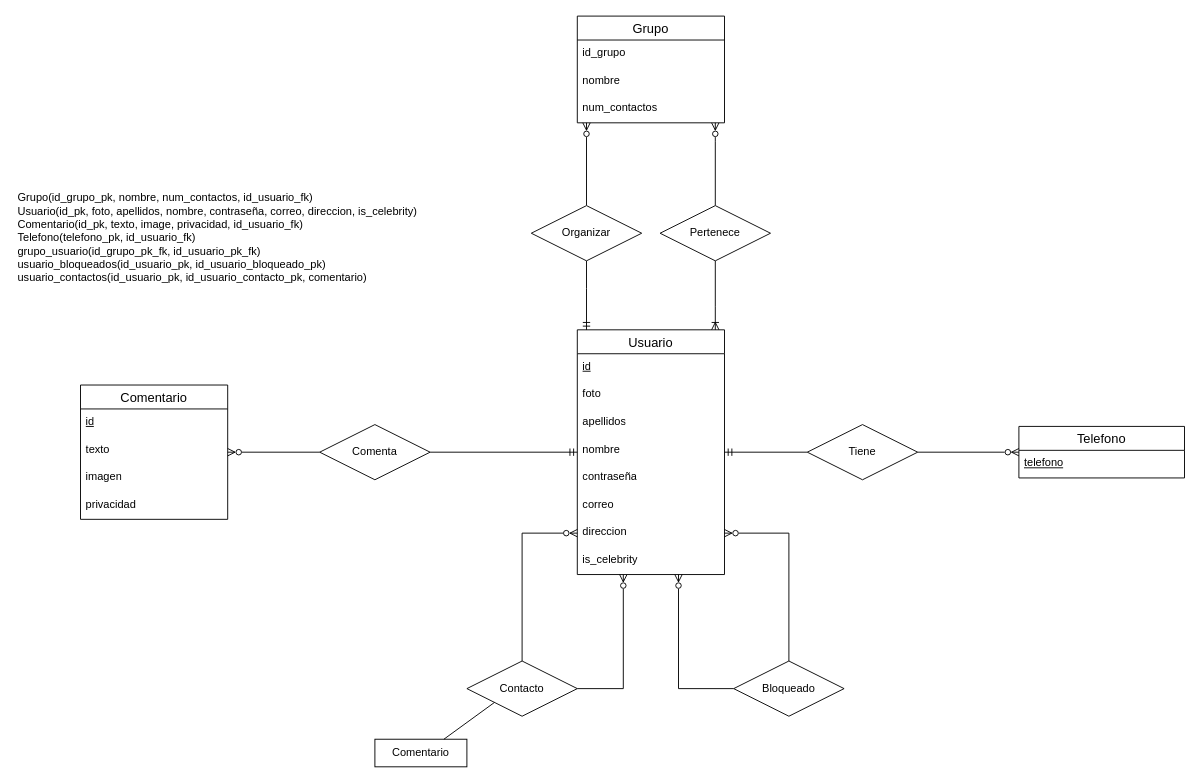
This is TA12Ej14.drawio from AlejandroCara/acr-tsys-modeloER-drawio-1110, a draw.io file, before an edit. Source tidied: cells renumbered, new cells numbered last; positions are measured from the earlier drawing's top-left corner, leaving out a move shared by most shapes. Both pictures are drawn from the tidied source at 92%, with x=0, y=0 at pixel (16, 16).
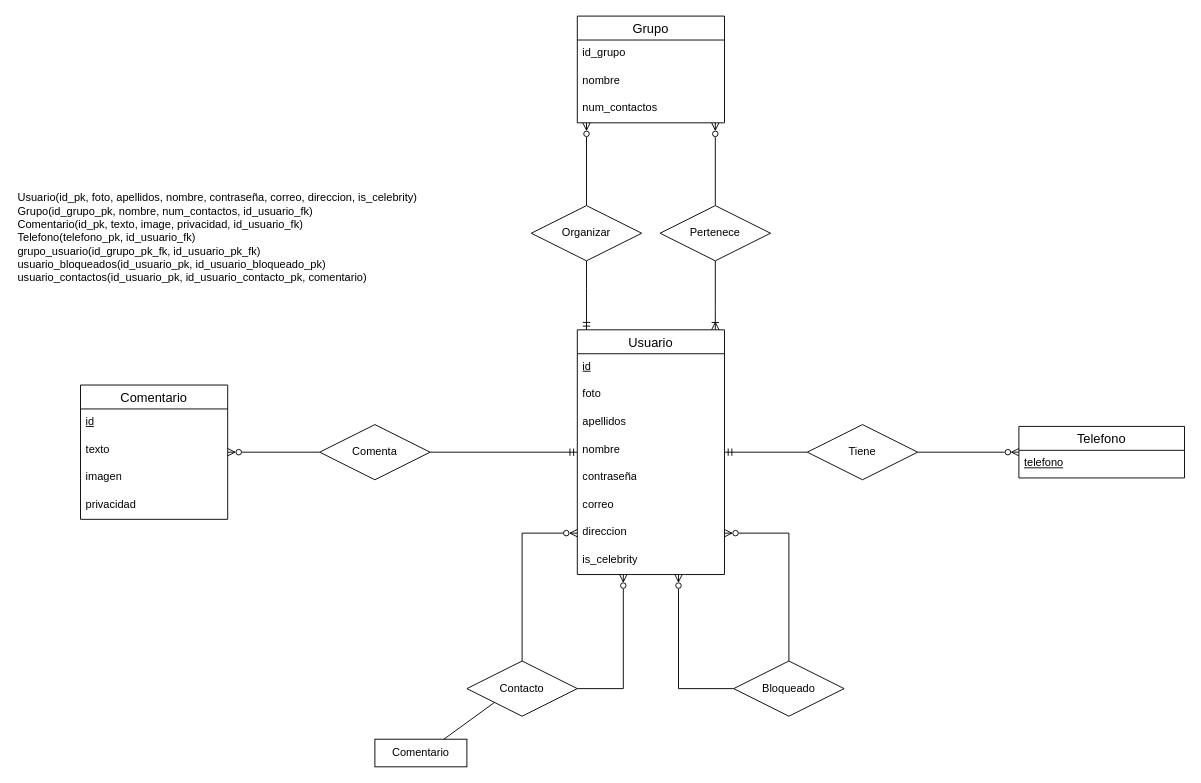
Above is the later version.

The edit, as a diff of the source:
```diff
@@
-    <mxCell id="40" value="Grupo(id_grupo_pk, nombre, num_contactos, id_usuario_fk)&lt;br&gt;Usuario(id_pk, foto, apellidos, nombre, contraseña, correo, direccion, is_celebrity)&lt;br&gt;Comentario(id_pk, texto, image, privacidad, id_usuario_fk)&lt;br&gt;Telefono(telefono_pk, id_usuario_fk)&lt;br&gt;grupo_usuario(id_grupo_pk_fk, id_usuario_pk_fk)&lt;br&gt;usuario_bloqueados(id_usuario_pk, id_usuario_bloqueado_pk)&lt;br&gt;usuario_contactos(id_usuario_pk, id_usuario_contacto_pk, comentario)" style="text;html=1;strokeColor=none;fillColor=none;align=left;verticalAlign=middle;whiteSpace=wrap;rounded=0;" parent="1" vertex="1">
+    <mxCell id="40" value="Usuario(id_pk, foto, apellidos, nombre, contraseña, correo, direccion, is_celebrity)&lt;br style=&quot;border-color: var(--border-color);&quot;&gt;Grupo(id_grupo_pk, nombre, num_contactos, id_usuario_fk)&lt;br&gt;Comentario(id_pk, texto, image, privacidad, id_usuario_fk)&lt;br&gt;Telefono(telefono_pk, id_usuario_fk)&lt;br&gt;grupo_usuario(id_grupo_pk_fk, id_usuario_pk_fk)&lt;br&gt;usuario_bloqueados(id_usuario_pk, id_usuario_bloqueado_pk)&lt;br&gt;usuario_contactos(id_usuario_pk, id_usuario_contacto_pk, comentario)" style="text;html=1;strokeColor=none;fillColor=none;align=left;verticalAlign=middle;whiteSpace=wrap;rounded=0;" parent="1" vertex="1">
       <mxGeometry y="126" width="850" height="230" as="geometry" />
     </mxCell>
```
